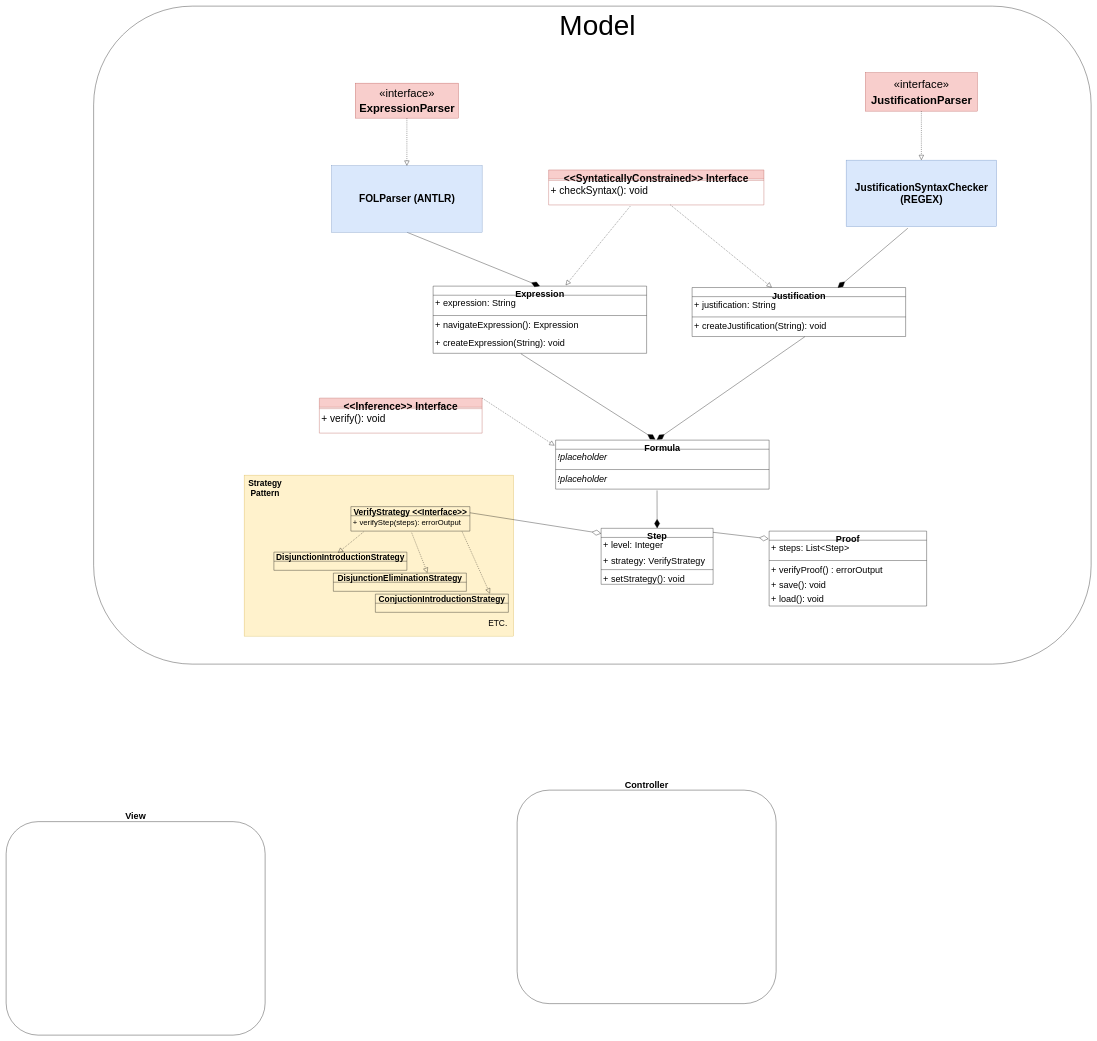
Earlier version of the draw.io diagram Information/EunomiaDiagram.drawio (Girjoaba/Eunomia). Source tidied: cells renumbered, new cells numbered last; positions are measured from the earlier drawing's top-left corner, leaving out a move shared by most shapes. Both pictures are drawn from the tidied source at 35%, with x=0, y=0 at pixel (6, 6).
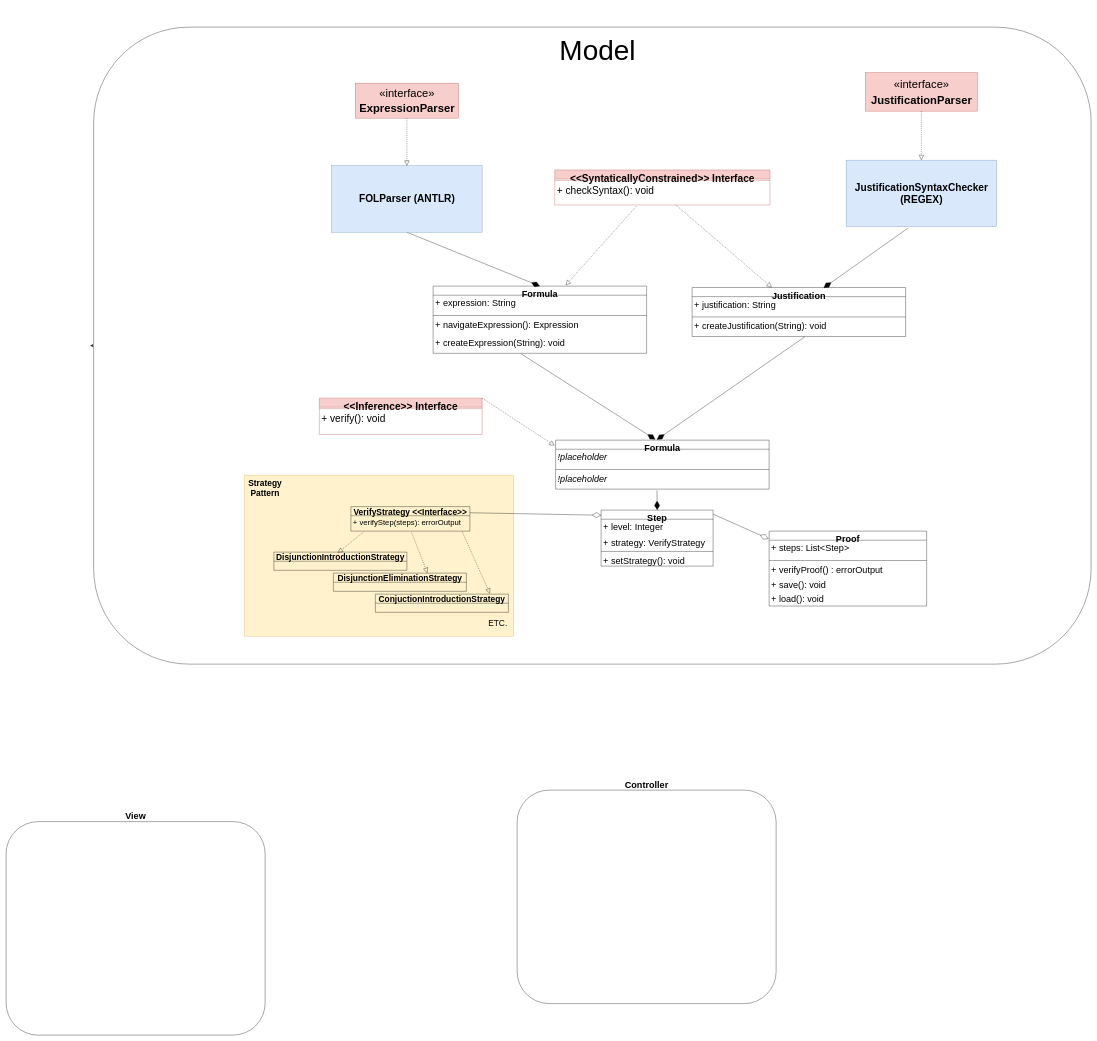
After the change.

The change refers to these unchanged cells:
```xml
<mxCell id="44" value="Justification" style="swimlane;fontStyle=1;align=center;verticalAlign=top;horizontal=1;startSize=26;fontSize=26;" parent="1" vertex="1">
  <mxGeometry x="1960" y="804" width="610" height="140" as="geometry" />
</mxCell>
<mxCell id="60" value="&lt;span style=&quot;font-size: 29px;&quot;&gt;&lt;b&gt;JustificationSyntaxChecker&lt;br&gt;(REGEX)&lt;br&gt;&lt;/b&gt;&lt;/span&gt;" style="html=1;fillColor=#dae8fc;strokeColor=#6c8ebf;" parent="1" vertex="1">
  <mxGeometry x="2400" y="440" width="430" height="190" as="geometry" />
</mxCell>
```

The edit, as a diff of the source:
```diff
@@
+    <mxCell id="67" style="edgeStyle=orthogonalEdgeStyle;rounded=0;jettySize=auto;html=1;exitX=0;exitY=0.5;exitDx=0;exitDy=0;" parent="1" edge="1" source="8">
+      <mxGeometry relative="1" as="geometry">
+        <mxPoint x="240" y="970" as="targetPoint" />
+      </mxGeometry>
+    </mxCell>
     <mxCell id="8" style="rounded=1;whiteSpace=wrap;html=1;" parent="1" vertex="1">
-      <mxGeometry x="250" width="2850" height="1880" as="geometry" />
+      <mxGeometry x="250" y="60" width="2850" height="1820" as="geometry" />
     </mxCell>
@@
     <mxCell id="10" value="Model" style="text;html=1;strokeColor=none;fillColor=none;align=center;verticalAlign=middle;whiteSpace=wrap;rounded=0;fontStyle=0;fontSize=80;" parent="1" vertex="1">
-      <mxGeometry x="1660" y="40" width="60" height="30" as="geometry" />
+      <mxGeometry x="1660" y="110" width="60" height="30" as="geometry" />
     </mxCell>
@@
     <mxCell id="17" value="Step" style="swimlane;fontStyle=1;align=center;verticalAlign=top;horizontal=1;startSize=26;fontSize=26;" parent="1" vertex="1">
-      <mxGeometry x="1700" y="1492" width="320" height="160" as="geometry" />
+      <mxGeometry x="1700" y="1440" width="320" height="160" as="geometry" />
     </mxCell>
@@
-    <mxCell id="22" value="Expression" style="swimlane;fontStyle=1;align=center;verticalAlign=top;horizontal=1;startSize=26;fontSize=26;" parent="1" vertex="1">
+    <mxCell id="22" value="Formula" style="swimlane;fontStyle=1;align=center;verticalAlign=top;horizontal=1;startSize=26;fontSize=26;" parent="1" vertex="1">
       <mxGeometry x="1220" y="800" width="610" height="192" as="geometry" />
     </mxCell>
@@
     <mxCell id="51" value="&lt;&lt;Inference&gt;&gt; Interface" style="swimlane;fontStyle=1;align=center;verticalAlign=top;horizontal=1;startSize=26;fontSize=29;fillColor=#f8cecc;strokeColor=#b85450;" parent="1" vertex="1">
-      <mxGeometry x="895" y="1120" width="465" height="100" as="geometry" />
+      <mxGeometry x="895" y="1120" width="465" height="104" as="geometry" />
     </mxCell>
@@
     <mxCell id="53" value="+ verify(): void" style="text;strokeColor=none;fillColor=none;align=left;verticalAlign=top;spacingLeft=4;spacingRight=4;overflow=hidden;fontSize=29;" parent="51" vertex="1">
-      <mxGeometry y="34" width="465" height="66" as="geometry" />
+      <mxGeometry y="34" width="465" height="70" as="geometry" />
     </mxCell>
@@
     <mxCell id="55" value="&lt;&lt;SyntaticallyConstrained&gt;&gt; Interface" style="swimlane;fontStyle=1;align=center;verticalAlign=top;horizontal=1;startSize=26;fontSize=29;fillColor=#f8cecc;strokeColor=#b85450;" parent="1" vertex="1">
-      <mxGeometry x="1550" y="468" width="615" height="100" as="geometry" />
+      <mxGeometry x="1567.5" y="468" width="615" height="100" as="geometry" />
     </mxCell>
@@
-    <mxCell id="61" style="endArrow=diamondThin;endFill=1;endSize=24;html=1;rounded=0;entryX=0.682;entryY=0.004;entryDx=0;entryDy=0;exitX=0.41;exitY=1.024;exitDx=0;exitDy=0;exitPerimeter=0;entryPerimeter=0;" parent="1" edge="1" source="60" target="44">
+    <mxCell id="61" style="endArrow=diamondThin;endFill=1;endSize=24;html=1;rounded=0;exitX=0.41;exitY=1.024;exitDx=0;exitDy=0;exitPerimeter=0;entryX=0.616;entryY=0.007;entryDx=0;entryDy=0;entryPerimeter=0;" parent="1" edge="1" source="60" target="44">
       <mxGeometry relative="1" as="geometry" />
     </mxCell>
```
